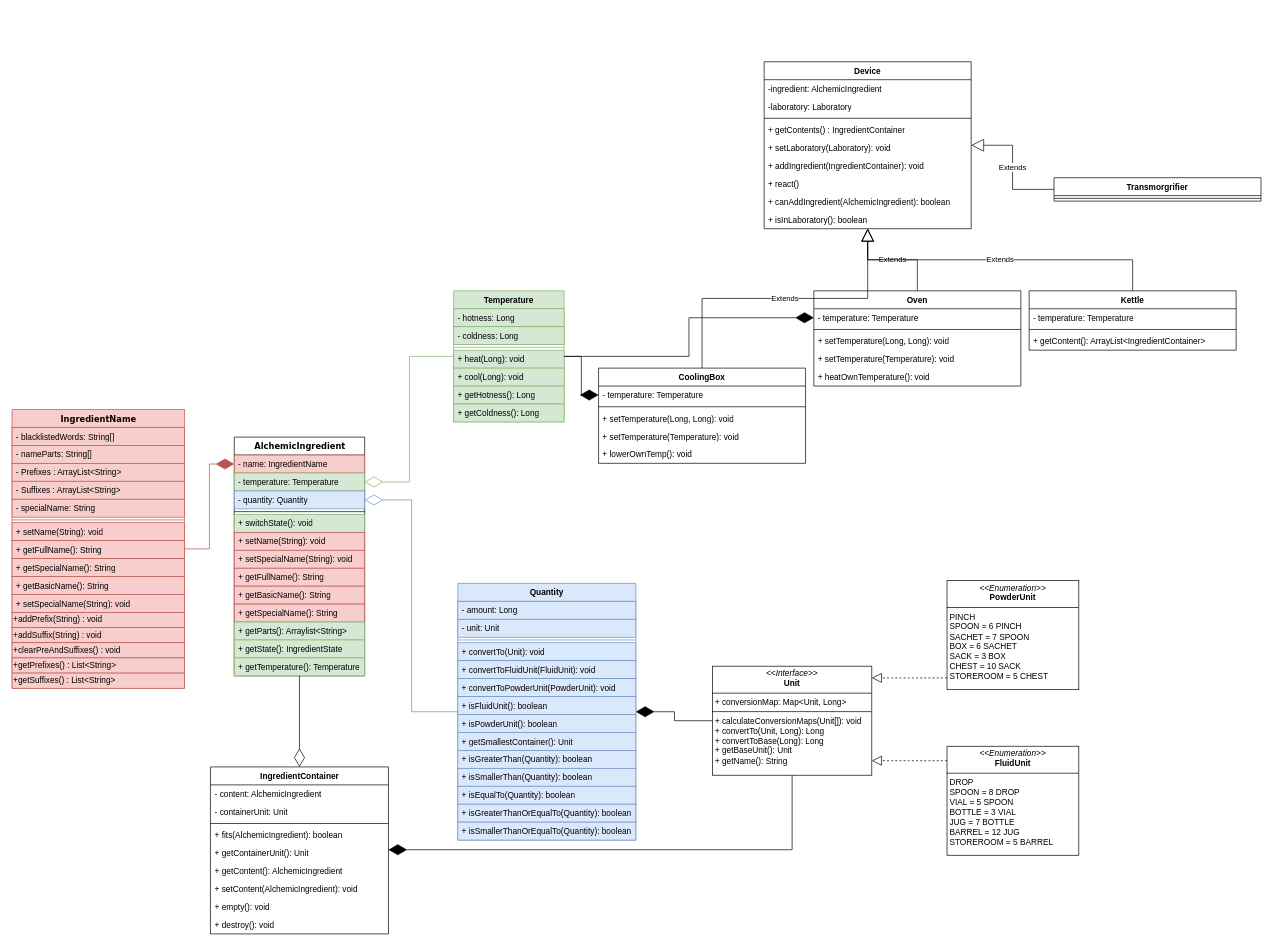
This is ClassDiagram.drawio from Mirovh/KULAK-OOP-exam-project, a draw.io file, before an edit. Source tidied: cells renumbered, new cells numbered last; positions are measured from the earlier drawing's top-left corner, leaving out a move shared by most shapes. Both pictures are drawn from the tidied source at 69%, with x=0, y=0 at pixel (12, 61).
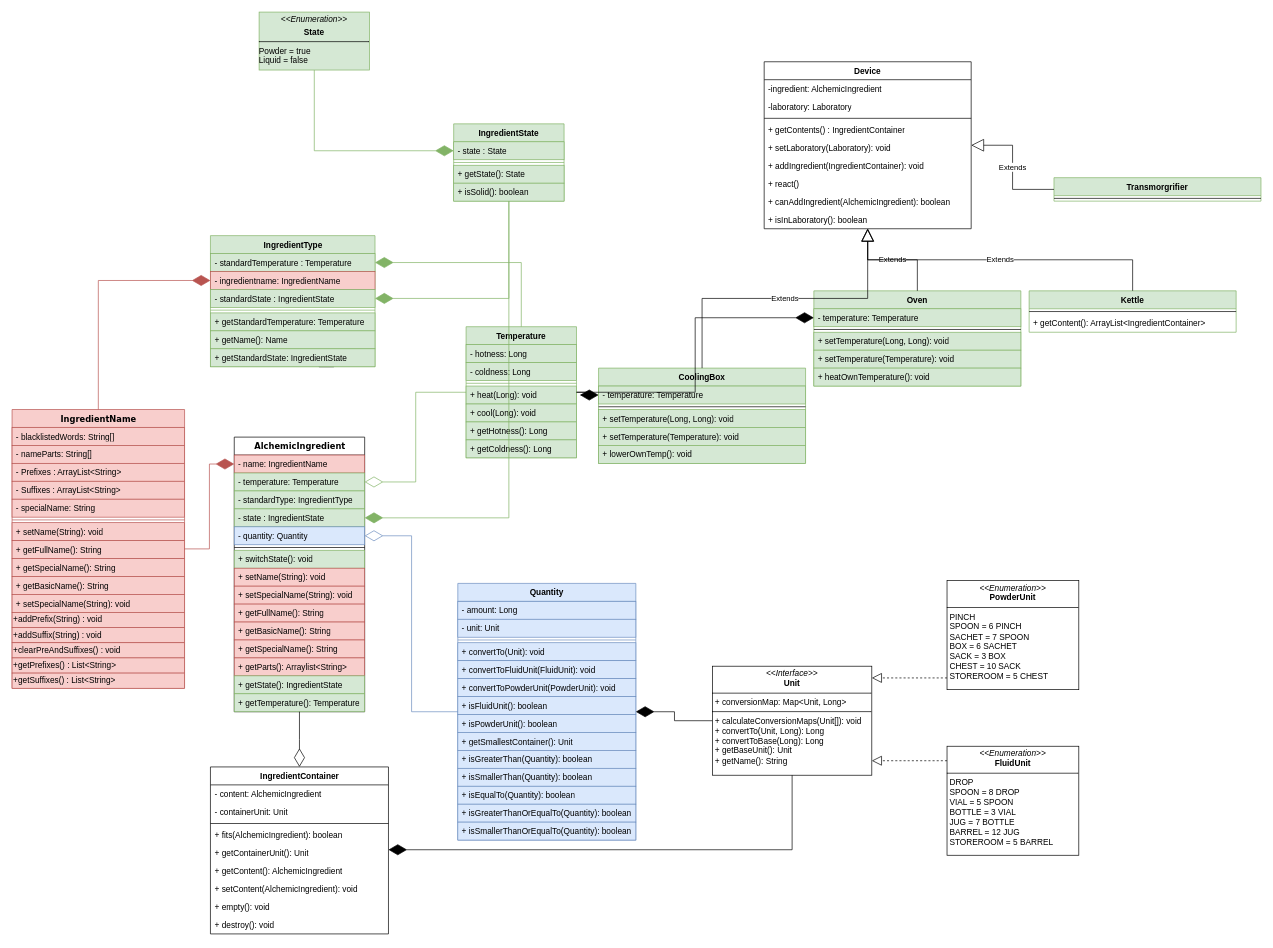
The same diagram, later.

Unchanged cells that the change refers to:
```xml
<mxCell id="2" value="IngredientName" style="swimlane;html=1;fontStyle=1;align=center;verticalAlign=top;horizontal=1;startSize=26;swimlaneFillColor=#ffffff;rounded=0;shadow=0;comic=0;labelBackgroundColor=none;strokeWidth=1;fillColor=#f8cecc;fontFamily=Verdana;fontSize=12;strokeColor=#b85450;" parent="1" vertex="1">
  <mxGeometry y="504" width="250" height="404" as="geometry" />
</mxCell>
```

What changed in the source:
```diff
@@
     <mxCell id="19" value="AlchemicIngredient" style="swimlane;html=1;fontStyle=1;align=center;verticalAlign=top;horizontal=1;startSize=26;swimlaneFillColor=#ffffff;rounded=0;shadow=0;comic=0;labelBackgroundColor=none;strokeWidth=1;fillColor=none;fontFamily=Verdana;fontSize=12;" parent="1" vertex="1">
-      <mxGeometry x="322" y="544" width="189" height="346" as="geometry" />
+      <mxGeometry x="322" y="544" width="189" height="398" as="geometry" />
     </mxCell>
@@
+    <mxCell id="111" value="- standardType: IngredientType" style="text;strokeColor=#82b366;fillColor=#d5e8d4;align=left;verticalAlign=top;spacingLeft=4;spacingRight=4;overflow=hidden;whiteSpace=wrap;html=1;" parent="19" vertex="1">
+      <mxGeometry y="78" width="189" height="26" as="geometry" />
+    </mxCell>
+    <mxCell id="112" value="- state : IngredientState" style="text;strokeColor=#82b366;fillColor=#d5e8d4;align=left;verticalAlign=top;spacingLeft=4;spacingRight=4;overflow=hidden;points=[[0,0.5],[1,0.5]];portConstraint=eastwest;whiteSpace=wrap;html=1;" parent="19" vertex="1">
+      <mxGeometry y="104" width="189" height="26" as="geometry" />
+    </mxCell>
     <mxCell id="22" value="- quantity: Quantity" style="text;html=1;align=left;verticalAlign=top;spacingLeft=4;spacingRight=4;whiteSpace=wrap;overflow=hidden;points=[[0,0.5],[1,0.5]];portConstraint=eastwest;fillColor=#dae8fc;strokeColor=#6c8ebf;" parent="19" vertex="1">
-      <mxGeometry y="78" width="189" height="26" as="geometry" />
+      <mxGeometry y="130" width="189" height="26" as="geometry" />
     </mxCell>
     <mxCell id="23" style="line;html=1;strokeWidth=1;fillColor=none;align=left;verticalAlign=middle;spacingTop=-1;spacingLeft=3;spacingRight=3;labelPosition=right;" parent="19" vertex="1">
-      <mxGeometry y="104" width="189" height="8" as="geometry" />
+      <mxGeometry y="156" width="189" height="8" as="geometry" />
     </mxCell>
     <mxCell id="24" value="+ switchState(): void" style="text;html=1;strokeColor=#82b366;fillColor=#d5e8d4;align=left;verticalAlign=top;spacingLeft=4;spacingRight=4;whiteSpace=wrap;overflow=hidden;" parent="19" vertex="1">
-      <mxGeometry y="112" width="189" height="26" as="geometry" />
+      <mxGeometry y="164" width="189" height="26" as="geometry" />
     </mxCell>
     <mxCell id="25" value="+ setName(String): void" style="text;html=1;strokeColor=#b85450;fillColor=#f8cecc;align=left;verticalAlign=top;spacingLeft=4;spacingRight=4;whiteSpace=wrap;overflow=hidden;" parent="19" vertex="1">
-      <mxGeometry y="138" width="189" height="26" as="geometry" />
+      <mxGeometry y="190" width="189" height="26" as="geometry" />
     </mxCell>
     <mxCell id="26" value="+ setSpecialName(String): void" style="text;html=1;strokeColor=#b85450;fillColor=#f8cecc;align=left;verticalAlign=top;spacingLeft=4;spacingRight=4;whiteSpace=wrap;overflow=hidden;" parent="19" vertex="1">
-      <mxGeometry y="164" width="189" height="26" as="geometry" />
+      <mxGeometry y="216" width="189" height="26" as="geometry" />
     </mxCell>
     <mxCell id="27" value="+ getFullName(): String" style="text;html=1;strokeColor=#b85450;fillColor=#f8cecc;align=left;verticalAlign=top;spacingLeft=4;spacingRight=4;whiteSpace=wrap;overflow=hidden;" parent="19" vertex="1">
-      <mxGeometry y="190" width="189" height="26" as="geometry" />
+      <mxGeometry y="242" width="189" height="26" as="geometry" />
     </mxCell>
     <mxCell id="28" value="+ getBasicName(): String" style="text;html=1;strokeColor=#b85450;fillColor=#f8cecc;align=left;verticalAlign=top;spacingLeft=4;spacingRight=4;whiteSpace=wrap;overflow=hidden;" parent="19" vertex="1">
-      <mxGeometry y="216" width="189" height="26" as="geometry" />
+      <mxGeometry y="268" width="189" height="26" as="geometry" />
     </mxCell>
     <mxCell id="29" value="+ getSpecialName(): String" style="text;html=1;strokeColor=#b85450;fillColor=#f8cecc;align=left;verticalAlign=top;spacingLeft=4;spacingRight=4;whiteSpace=wrap;overflow=hidden;" parent="19" vertex="1">
-      <mxGeometry y="242" width="189" height="26" as="geometry" />
+      <mxGeometry y="294" width="189" height="26" as="geometry" />
     </mxCell>
-    <mxCell id="30" value="+ getParts(): Arraylist&amp;lt;String&amp;gt;" style="text;html=1;strokeColor=#82b366;fillColor=#d5e8d4;align=left;verticalAlign=top;spacingLeft=4;spacingRight=4;whiteSpace=wrap;overflow=hidden;" parent="19" vertex="1">
-      <mxGeometry y="268" width="189" height="26" as="geometry" />
+    <mxCell id="30" value="+ getParts(): Arraylist&amp;lt;String&amp;gt;" style="text;html=1;strokeColor=#b85450;fillColor=#f8cecc;align=left;verticalAlign=top;spacingLeft=4;spacingRight=4;whiteSpace=wrap;overflow=hidden;" parent="19" vertex="1">
+      <mxGeometry y="320" width="189" height="26" as="geometry" />
     </mxCell>
     <mxCell id="31" value="+ getState(): IngredientState" style="text;html=1;strokeColor=#82b366;fillColor=#d5e8d4;align=left;verticalAlign=top;spacingLeft=4;spacingRight=4;whiteSpace=wrap;overflow=hidden;" parent="19" vertex="1">
-      <mxGeometry y="294" width="189" height="26" as="geometry" />
+      <mxGeometry y="346" width="189" height="26" as="geometry" />
     </mxCell>
     <mxCell id="32" value="+ getTemperature(): Temperature" style="text;html=1;strokeColor=#82b366;fillColor=#d5e8d4;align=left;verticalAlign=top;spacingLeft=4;spacingRight=4;whiteSpace=wrap;overflow=hidden;" parent="19" vertex="1">
-      <mxGeometry y="320" width="189" height="26" as="geometry" />
+      <mxGeometry y="372" width="189" height="26" as="geometry" />
     </mxCell>
@@
     <mxCell id="34" value="Temperature" style="swimlane;fontStyle=1;align=center;verticalAlign=top;horizontal=1;startSize=26;whiteSpace=wrap;html=1;fillColor=#d5e8d4;strokeColor=#82b366;" parent="1" vertex="1">
-      <mxGeometry x="640" y="332" width="160" height="190" as="geometry" />
+      <mxGeometry x="658" y="384" width="160" height="190" as="geometry" />
     </mxCell>
@@
-    <mxCell id="87" value="CoolingBox" style="swimlane;fontStyle=1;align=center;verticalAlign=top;horizontal=1;startSize=26;whiteSpace=wrap;html=1;" parent="1" vertex="1">
+    <mxCell id="87" value="CoolingBox" style="swimlane;fontStyle=1;align=center;verticalAlign=top;horizontal=1;startSize=26;whiteSpace=wrap;html=1;fillColor=#d5e8d4;strokeColor=#82b366;" parent="1" vertex="1">
       <mxGeometry x="850" y="444" width="300" height="138" as="geometry" />
     </mxCell>
-    <mxCell id="88" value="- temperature: Temperature" style="text;align=left;verticalAlign=top;spacingLeft=4;spacingRight=4;overflow=hidden;points=[[0,0.5],[1,0.5]];portConstraint=eastwest;whiteSpace=wrap;html=1;" parent="87" vertex="1">
+    <mxCell id="88" value="- temperature: Temperature" style="text;align=left;verticalAlign=top;spacingLeft=4;spacingRight=4;overflow=hidden;points=[[0,0.5],[1,0.5]];portConstraint=eastwest;whiteSpace=wrap;html=1;fillColor=#d5e8d4;strokeColor=#82b366;" parent="87" vertex="1">
       <mxGeometry y="26" width="300" height="26" as="geometry" />
     </mxCell>
@@
-    <mxCell id="90" value="+ setTemperature(Long, Long): void" style="text;align=left;verticalAlign=top;spacingLeft=4;spacingRight=4;overflow=hidden;whiteSpace=wrap;html=1;" parent="87" vertex="1">
+    <mxCell id="90" value="+ setTemperature(Long, Long): void" style="text;align=left;verticalAlign=top;spacingLeft=4;spacingRight=4;overflow=hidden;whiteSpace=wrap;html=1;fillColor=#d5e8d4;strokeColor=#82b366;" parent="87" vertex="1">
       <mxGeometry y="60" width="300" height="26" as="geometry" />
     </mxCell>
-    <mxCell id="91" value="+ setTemperature(Temperature): void" style="text;align=left;verticalAlign=top;spacingLeft=4;spacingRight=4;overflow=hidden;whiteSpace=wrap;html=1;" parent="87" vertex="1">
+    <mxCell id="91" value="+ setTemperature(Temperature): void" style="text;align=left;verticalAlign=top;spacingLeft=4;spacingRight=4;overflow=hidden;whiteSpace=wrap;html=1;fillColor=#d5e8d4;strokeColor=#82b366;" parent="87" vertex="1">
       <mxGeometry y="86" width="300" height="26" as="geometry" />
     </mxCell>
-    <mxCell id="92" value="+ lowerOwnTemp(): void" style="text;align=left;verticalAlign=top;spacingLeft=4;spacingRight=4;overflow=hidden;whiteSpace=wrap;html=1;" parent="87" vertex="1">
+    <mxCell id="92" value="+ lowerOwnTemp(): void" style="text;align=left;verticalAlign=top;spacingLeft=4;spacingRight=4;overflow=hidden;whiteSpace=wrap;html=1;fillColor=#d5e8d4;strokeColor=#82b366;" parent="87" vertex="1">
       <mxGeometry y="112" width="300" height="26" as="geometry" />
     </mxCell>
-    <mxCell id="93" value="Oven" style="swimlane;fontStyle=1;align=center;verticalAlign=top;horizontal=1;startSize=26;whiteSpace=wrap;html=1;" parent="1" vertex="1">
+    <mxCell id="93" value="Oven" style="swimlane;fontStyle=1;align=center;verticalAlign=top;horizontal=1;startSize=26;whiteSpace=wrap;html=1;fillColor=#d5e8d4;strokeColor=#82b366;" parent="1" vertex="1">
       <mxGeometry x="1162" y="332" width="300" height="138" as="geometry" />
     </mxCell>
-    <mxCell id="94" value="- temperature: Temperature" style="text;align=left;verticalAlign=top;spacingLeft=4;spacingRight=4;overflow=hidden;points=[[0,0.5],[1,0.5]];portConstraint=eastwest;whiteSpace=wrap;html=1;" parent="93" vertex="1">
+    <mxCell id="94" value="- temperature: Temperature" style="text;align=left;verticalAlign=top;spacingLeft=4;spacingRight=4;overflow=hidden;points=[[0,0.5],[1,0.5]];portConstraint=eastwest;whiteSpace=wrap;html=1;fillColor=#d5e8d4;strokeColor=#82b366;" parent="93" vertex="1">
       <mxGeometry y="26" width="300" height="26" as="geometry" />
     </mxCell>
@@
-    <mxCell id="96" value="+ setTemperature(Long, Long): void" style="text;align=left;verticalAlign=top;spacingLeft=4;spacingRight=4;overflow=hidden;whiteSpace=wrap;html=1;" parent="93" vertex="1">
+    <mxCell id="96" value="+ setTemperature(Long, Long): void" style="text;align=left;verticalAlign=top;spacingLeft=4;spacingRight=4;overflow=hidden;whiteSpace=wrap;html=1;fillColor=#d5e8d4;strokeColor=#82b366;" parent="93" vertex="1">
       <mxGeometry y="60" width="300" height="26" as="geometry" />
     </mxCell>
-    <mxCell id="97" value="+ setTemperature(Temperature): void" style="text;align=left;verticalAlign=top;spacingLeft=4;spacingRight=4;overflow=hidden;whiteSpace=wrap;html=1;" parent="93" vertex="1">
+    <mxCell id="97" value="+ setTemperature(Temperature): void" style="text;align=left;verticalAlign=top;spacingLeft=4;spacingRight=4;overflow=hidden;whiteSpace=wrap;html=1;fillColor=#d5e8d4;strokeColor=#82b366;" parent="93" vertex="1">
       <mxGeometry y="86" width="300" height="26" as="geometry" />
     </mxCell>
-    <mxCell id="98" value="+ heatOwnTemperature(): void" style="text;align=left;verticalAlign=top;spacingLeft=4;spacingRight=4;overflow=hidden;whiteSpace=wrap;html=1;" parent="93" vertex="1">
+    <mxCell id="98" value="+ heatOwnTemperature(): void" style="text;align=left;verticalAlign=top;spacingLeft=4;spacingRight=4;overflow=hidden;whiteSpace=wrap;html=1;fillColor=#d5e8d4;strokeColor=#82b366;" parent="93" vertex="1">
       <mxGeometry y="112" width="300" height="26" as="geometry" />
     </mxCell>
-    <mxCell id="99" value="Kettle" style="swimlane;fontStyle=1;align=center;verticalAlign=top;horizontal=1;startSize=26;whiteSpace=wrap;html=1;" parent="1" vertex="1">
-      <mxGeometry x="1474" y="332" width="300" height="86" as="geometry" />
+    <mxCell id="99" value="Kettle" style="swimlane;fontStyle=1;align=center;verticalAlign=top;horizontal=1;startSize=26;whiteSpace=wrap;html=1;fillColor=#d5e8d4;strokeColor=#82b366;" parent="1" vertex="1">
+      <mxGeometry x="1474" y="332" width="300" height="60" as="geometry" />
     </mxCell>
-    <mxCell id="100" value="- temperature: Temperature" style="text;align=left;verticalAlign=top;spacingLeft=4;spacingRight=4;overflow=hidden;whiteSpace=wrap;html=1;" parent="99" vertex="1">
-      <mxGeometry y="26" width="300" height="26" as="geometry" />
-    </mxCell>
     <mxCell id="101" style="line;strokeWidth=1;align=left;verticalAlign=middle;spacingTop=-1;spacingLeft=3;spacingRight=3;labelPosition=right;" parent="99" vertex="1">
-      <mxGeometry y="52" width="300" height="8" as="geometry" />
+      <mxGeometry y="26" width="300" height="8" as="geometry" />
     </mxCell>
     <mxCell id="102" value="+ getContent(): ArrayList&amp;lt;IngredientContainer&amp;gt;" style="text;align=left;verticalAlign=top;spacingLeft=4;spacingRight=4;overflow=hidden;whiteSpace=wrap;html=1;" parent="99" vertex="1">
-      <mxGeometry y="60" width="300" height="26" as="geometry" />
+      <mxGeometry y="34" width="300" height="26" as="geometry" />
     </mxCell>
@@
-    <mxCell id="106" value="Transmorgrifier" style="swimlane;fontStyle=1;align=center;verticalAlign=top;horizontal=1;startSize=26;whiteSpace=wrap;html=1;" parent="1" vertex="1">
+    <mxCell id="106" value="Transmorgrifier" style="swimlane;fontStyle=1;align=center;verticalAlign=top;horizontal=1;startSize=26;whiteSpace=wrap;html=1;fillColor=#d5e8d4;strokeColor=#82b366;" parent="1" vertex="1">
       <mxGeometry x="1510" y="168" width="300" height="34" as="geometry" />
     </mxCell>
@@
+    <mxCell id="113" value="IngredientState" style="swimlane;fontStyle=1;align=center;verticalAlign=top;horizontal=1;startSize=26;whiteSpace=wrap;html=1;fillColor=#d5e8d4;strokeColor=#82b366;" parent="1" vertex="1">
+      <mxGeometry x="640" y="90" width="160" height="112" as="geometry" />
+    </mxCell>
+    <mxCell id="114" value="- state : State" style="text;strokeColor=#82b366;fillColor=#d5e8d4;align=left;verticalAlign=top;spacingLeft=4;spacingRight=4;overflow=hidden;points=[[0,0.5],[1,0.5]];portConstraint=eastwest;whiteSpace=wrap;html=1;" parent="113" vertex="1">
+      <mxGeometry y="26" width="160" height="26" as="geometry" />
+    </mxCell>
+    <mxCell id="115" style="line;strokeWidth=1;fillColor=#d5e8d4;align=left;verticalAlign=middle;spacingTop=-1;spacingLeft=3;spacingRight=3;labelPosition=right;strokeColor=#82b366;" parent="113" vertex="1">
+      <mxGeometry y="52" width="160" height="8" as="geometry" />
+    </mxCell>
+    <mxCell id="116" value="+ getState(): State" style="text;strokeColor=#82b366;fillColor=#d5e8d4;align=left;verticalAlign=top;spacingLeft=4;spacingRight=4;overflow=hidden;whiteSpace=wrap;html=1;" parent="113" vertex="1">
+      <mxGeometry y="60" width="160" height="26" as="geometry" />
+    </mxCell>
+    <mxCell id="117" value="+ isSolid(): boolean" style="text;strokeColor=#82b366;fillColor=#d5e8d4;align=left;verticalAlign=top;spacingLeft=4;spacingRight=4;overflow=hidden;whiteSpace=wrap;html=1;" parent="113" vertex="1">
+      <mxGeometry y="86" width="160" height="26" as="geometry" />
+    </mxCell>
+    <mxCell id="118" value="&lt;p style=&quot;margin:0px;margin-top:4px;text-align:center;&quot;&gt;&lt;i&gt;&amp;lt;&amp;lt;Enumeration&amp;gt;&amp;gt;&lt;/i&gt;&lt;/p&gt;&lt;p style=&quot;margin:0px;margin-top:4px;text-align:center;&quot;&gt;&lt;b&gt;State&lt;/b&gt;&lt;br&gt;&lt;/p&gt;&lt;hr size=&quot;1&quot; style=&quot;border-style:solid;&quot;&gt;&lt;div&gt;Powder = true&lt;/div&gt;&lt;div&gt;Liquid = false&lt;br&gt;&lt;/div&gt;" style="verticalAlign=top;align=left;overflow=fill;html=1;whiteSpace=wrap;fillColor=#d5e8d4;strokeColor=#82b366;" parent="1" vertex="1">
+      <mxGeometry x="358" y="-72" width="160" height="84" as="geometry" />
+    </mxCell>
+    <mxCell id="119" style="endArrow=diamondThin;endFill=1;endSize=24;html=1;rounded=0;edgeStyle=orthogonalEdgeStyle;fillColor=#d5e8d4;strokeColor=#82b366;" parent="1" edge="1" source="118" target="114">
+      <mxGeometry relative="1" as="geometry" />
+    </mxCell>
+    <mxCell id="120" style="endArrow=diamondThin;endFill=1;endSize=24;html=1;rounded=0;edgeStyle=orthogonalEdgeStyle;fillColor=#d5e8d4;strokeColor=#82b366;entryX=1;entryY=0.5;entryDx=0;entryDy=0;" parent="1" edge="1" source="113" target="112">
+      <mxGeometry relative="1" as="geometry" />
+    </mxCell>
+    <mxCell id="121" value="IngredientType" style="swimlane;fontStyle=1;align=center;verticalAlign=top;horizontal=1;startSize=26;whiteSpace=wrap;html=1;fillColor=#d5e8d4;strokeColor=#82b366;" parent="1" vertex="1">
+      <mxGeometry x="287.5" y="252" width="238.5" height="190" as="geometry" />
+    </mxCell>
+    <mxCell id="122" value="- standardTemperature : Temperature" style="text;strokeColor=#82b366;fillColor=#d5e8d4;align=left;verticalAlign=top;spacingLeft=4;spacingRight=4;overflow=hidden;points=[[0,0.5],[1,0.5]];portConstraint=eastwest;whiteSpace=wrap;html=1;" parent="121" vertex="1">
+      <mxGeometry y="26" width="238.5" height="26" as="geometry" />
+    </mxCell>
+    <mxCell id="123" value="- ingredientname: IngredientName" style="text;html=1;strokeColor=#b85450;fillColor=#f8cecc;align=left;verticalAlign=top;spacingLeft=4;spacingRight=4;whiteSpace=wrap;overflow=hidden;points=[[0,0.5],[1,0.5]];portConstraint=eastwest;" parent="121" vertex="1">
+      <mxGeometry y="52" width="238.5" height="26" as="geometry" />
+    </mxCell>
+    <mxCell id="124" value="- standardState : IngredientState" style="text;strokeColor=#82b366;fillColor=#d5e8d4;align=left;verticalAlign=top;spacingLeft=4;spacingRight=4;overflow=hidden;points=[[0,0.5],[1,0.5]];portConstraint=eastwest;whiteSpace=wrap;html=1;" parent="121" vertex="1">
+      <mxGeometry y="78" width="238.5" height="26" as="geometry" />
+    </mxCell>
+    <mxCell id="125" style="line;strokeWidth=1;fillColor=#d5e8d4;align=left;verticalAlign=middle;spacingTop=-1;spacingLeft=3;spacingRight=3;labelPosition=right;strokeColor=#82b366;" parent="121" vertex="1">
+      <mxGeometry y="104" width="238.5" height="8" as="geometry" />
+    </mxCell>
+    <mxCell id="126" value="+ getStandardTemperature: Temperature" style="text;strokeColor=#82b366;fillColor=#d5e8d4;align=left;verticalAlign=top;spacingLeft=4;spacingRight=4;overflow=hidden;whiteSpace=wrap;html=1;" parent="121" vertex="1">
+      <mxGeometry y="112" width="238.5" height="26" as="geometry" />
+    </mxCell>
+    <mxCell id="127" value="+ getName(): Name" style="text;strokeColor=#82b366;fillColor=#d5e8d4;align=left;verticalAlign=top;spacingLeft=4;spacingRight=4;overflow=hidden;whiteSpace=wrap;html=1;" parent="121" vertex="1">
+      <mxGeometry y="138" width="238.5" height="26" as="geometry" />
+    </mxCell>
+    <mxCell id="128" style="edgeStyle=orthogonalEdgeStyle;rounded=0;jettySize=auto;html=1;exitX=0.75;exitY=1;exitDx=0;exitDy=0;entryX=0.66;entryY=0.077;entryDx=0;entryDy=0;entryPerimeter=0;" parent="121" edge="1" source="121" target="129">
+      <mxGeometry relative="1" as="geometry" />
+    </mxCell>
+    <mxCell id="129" value="+ getStandardState: IngredientState" style="text;strokeColor=#82b366;fillColor=#d5e8d4;align=left;verticalAlign=top;spacingLeft=4;spacingRight=4;overflow=hidden;points=[[0,0.5],[1,0.5]];portConstraint=eastwest;whiteSpace=wrap;html=1;" parent="121" vertex="1">
+      <mxGeometry y="164" width="238.5" height="26" as="geometry" />
+    </mxCell>
+    <mxCell id="130" style="endArrow=diamondThin;endFill=1;endSize=24;html=1;rounded=0;edgeStyle=orthogonalEdgeStyle;fillColor=#d5e8d4;strokeColor=#82b366;entryX=1;entryY=0.5;entryDx=0;entryDy=0;" parent="1" edge="1" source="34" target="122">
+      <mxGeometry relative="1" as="geometry" />
+    </mxCell>
+    <mxCell id="131" style="endArrow=diamondThin;endFill=1;endSize=24;html=1;rounded=0;fillColor=#f8cecc;strokeColor=#b85450;edgeStyle=orthogonalEdgeStyle;exitX=0.5;exitY=0;exitDx=0;exitDy=0;" parent="1" edge="1" source="2" target="123">
+      <mxGeometry relative="1" as="geometry" />
+    </mxCell>
+    <mxCell id="132" style="endArrow=diamondThin;endFill=1;endSize=24;html=1;rounded=0;edgeStyle=orthogonalEdgeStyle;fillColor=#d5e8d4;strokeColor=#82b366;entryX=1;entryY=0.5;entryDx=0;entryDy=0;" parent="1" edge="1" source="113" target="124">
+      <mxGeometry relative="1" as="geometry" />
+    </mxCell>
```
